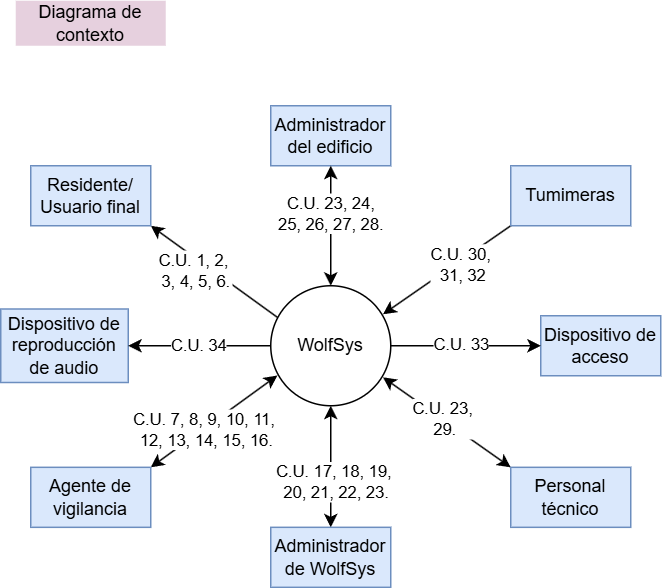
Before: Documentación de la arquitectura/Diagramas/Exportados/Diagrama-de-contexto.png, a diagram exported from draw.io (LIMoreno04/Caso-de-estudio---WolfSys---Arquitectura). Source tidied: cells renumbered, new cells last; positions are measured from the earlier drawing's top-left corner, leaving out a move shared by most shapes.
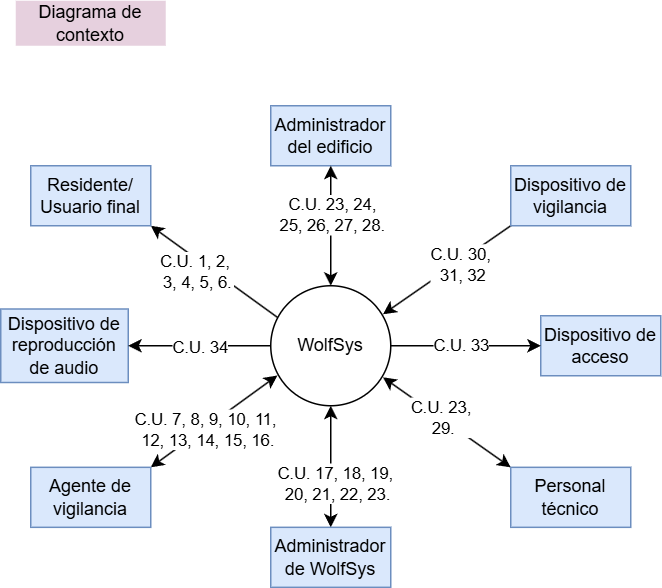
The same diagram one commit later.

What changed in the source:
```diff
@@ -56,7 +56,7 @@
     <mxCell id="17" value="Residente/&lt;div&gt;Usuario final&lt;/div&gt;" style="rounded=0;whiteSpace=wrap;html=1;fillColor=#dae8fc;strokeColor=#6c8ebf;" parent="1" vertex="1">
       <mxGeometry x="20" y="110" width="80" height="40" as="geometry" />
     </mxCell>
-    <mxCell id="18" value="Tumimeras" style="rounded=0;whiteSpace=wrap;html=1;fillColor=#dae8fc;strokeColor=#6c8ebf;" parent="1" vertex="1">
+    <mxCell id="18" value="Dispositivo de vigilancia" style="rounded=0;whiteSpace=wrap;html=1;fillColor=#dae8fc;strokeColor=#6c8ebf;" parent="1" vertex="1">
       <mxGeometry x="340" y="110" width="80" height="40" as="geometry" />
     </mxCell>
     <mxCell id="19" value="Administrador del edificio" style="rounded=0;whiteSpace=wrap;html=1;fillColor=#dae8fc;strokeColor=#6c8ebf;" parent="1" vertex="1">
```
